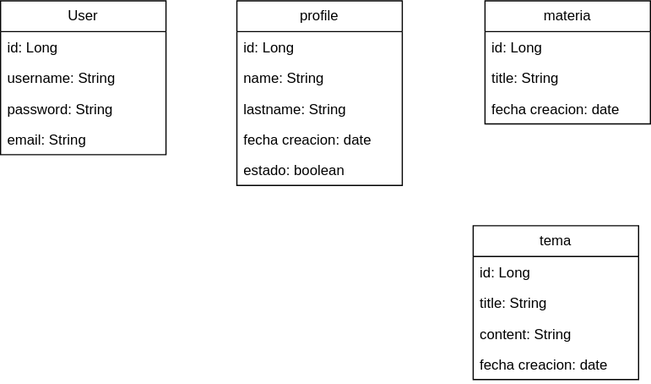
Earlier version of the draw.io export requirements/der-study.svg (emmavargas/StudyApp). Source tidied: cells renumbered, new cells last; positions are measured from the earlier drawing's top-left corner, leaving out a move shared by most shapes. Source of this version:
```xml
<mxGraphModel>
  <root>
    <mxCell id="0" />
    <mxCell id="1" parent="0" />
    <mxCell id="2" value="User" style="swimlane;fontStyle=0;horizontal=1;startSize=26;fillColor=none;whiteSpace=wrap;html=1;" parent="1" vertex="1">
      <mxGeometry width="140" height="130" as="geometry" />
    </mxCell>
    <mxCell id="3" value="id: Long&lt;span style=&quot;white-space: pre;&quot;&gt;&#9;&lt;/span&gt;" style="text;strokeColor=none;fillColor=none;align=left;verticalAlign=top;spacingLeft=4;spacingRight=4;overflow=hidden;whiteSpace=wrap;html=1;" parent="2" vertex="1">
      <mxGeometry y="26" width="140" height="26" as="geometry" />
    </mxCell>
    <mxCell id="4" value="username: String" style="text;strokeColor=none;fillColor=none;align=left;verticalAlign=top;spacingLeft=4;spacingRight=4;overflow=hidden;points=[[0,0.5],[1,0.5]];portConstraint=eastwest;whiteSpace=wrap;html=1;" parent="2" vertex="1">
      <mxGeometry y="52" width="140" height="26" as="geometry" />
    </mxCell>
    <mxCell id="5" value="password: String&lt;div&gt;&lt;br&gt;&lt;/div&gt;" style="text;strokeColor=none;fillColor=none;align=left;verticalAlign=top;spacingLeft=4;spacingRight=4;overflow=hidden;whiteSpace=wrap;html=1;" parent="2" vertex="1">
      <mxGeometry y="78" width="140" height="26" as="geometry" />
    </mxCell>
    <mxCell id="6" value="&lt;div&gt;email: String&lt;/div&gt;" style="text;strokeColor=none;fillColor=none;align=left;verticalAlign=top;spacingLeft=4;spacingRight=4;overflow=hidden;whiteSpace=wrap;html=1;" parent="2" vertex="1">
      <mxGeometry y="104" width="140" height="26" as="geometry" />
    </mxCell>
    <mxCell id="7" value="profile" style="swimlane;fontStyle=0;horizontal=1;startSize=26;fillColor=none;whiteSpace=wrap;html=1;" parent="1" vertex="1">
      <mxGeometry x="200" width="140" height="156" as="geometry" />
    </mxCell>
    <mxCell id="8" value="id: Long&lt;span style=&quot;white-space: pre;&quot;&gt;&#9;&lt;/span&gt;" style="text;strokeColor=none;fillColor=none;align=left;verticalAlign=top;spacingLeft=4;spacingRight=4;overflow=hidden;whiteSpace=wrap;html=1;" parent="7" vertex="1">
      <mxGeometry y="26" width="140" height="26" as="geometry" />
    </mxCell>
    <mxCell id="9" value="name: String&lt;div&gt;&lt;br&gt;&lt;/div&gt;" style="text;strokeColor=none;fillColor=none;align=left;verticalAlign=top;spacingLeft=4;spacingRight=4;overflow=hidden;points=[[0,0.5],[1,0.5]];portConstraint=eastwest;whiteSpace=wrap;html=1;" parent="7" vertex="1">
      <mxGeometry y="52" width="140" height="26" as="geometry" />
    </mxCell>
    <mxCell id="10" value="lastname: String&lt;div&gt;&lt;br&gt;&lt;/div&gt;" style="text;strokeColor=none;fillColor=none;align=left;verticalAlign=top;spacingLeft=4;spacingRight=4;overflow=hidden;points=[[0,0.5],[1,0.5]];portConstraint=eastwest;whiteSpace=wrap;html=1;" parent="7" vertex="1">
      <mxGeometry y="78" width="140" height="26" as="geometry" />
    </mxCell>
    <mxCell id="11" value="fecha creacion: date&lt;div&gt;&lt;br&gt;&lt;/div&gt;" style="text;strokeColor=none;fillColor=none;align=left;verticalAlign=top;spacingLeft=4;spacingRight=4;overflow=hidden;whiteSpace=wrap;html=1;" parent="7" vertex="1">
      <mxGeometry y="104" width="140" height="26" as="geometry" />
    </mxCell>
    <mxCell id="12" value="&lt;div&gt;estado: boolean&lt;/div&gt;" style="text;strokeColor=none;fillColor=none;align=left;verticalAlign=top;spacingLeft=4;spacingRight=4;overflow=hidden;whiteSpace=wrap;html=1;" parent="7" vertex="1">
      <mxGeometry y="130" width="140" height="26" as="geometry" />
    </mxCell>
    <mxCell id="13" value="materia" style="swimlane;fontStyle=0;horizontal=1;startSize=26;fillColor=none;whiteSpace=wrap;html=1;" parent="1" vertex="1">
      <mxGeometry x="410" width="140" height="104" as="geometry" />
    </mxCell>
    <mxCell id="14" value="id: Long&lt;span style=&quot;white-space: pre;&quot;&gt;&#9;&lt;/span&gt;" style="text;strokeColor=none;fillColor=none;align=left;verticalAlign=top;spacingLeft=4;spacingRight=4;overflow=hidden;whiteSpace=wrap;html=1;" parent="13" vertex="1">
      <mxGeometry y="26" width="140" height="26" as="geometry" />
    </mxCell>
    <mxCell id="15" value="title: String&lt;div&gt;&lt;br&gt;&lt;/div&gt;" style="text;strokeColor=none;fillColor=none;align=left;verticalAlign=top;spacingLeft=4;spacingRight=4;overflow=hidden;whiteSpace=wrap;html=1;" parent="13" vertex="1">
      <mxGeometry y="52" width="140" height="26" as="geometry" />
    </mxCell>
    <mxCell id="16" value="fecha creacion: date&lt;div&gt;&lt;br&gt;&lt;/div&gt;" style="text;strokeColor=none;fillColor=none;align=left;verticalAlign=top;spacingLeft=4;spacingRight=4;overflow=hidden;whiteSpace=wrap;html=1;" parent="13" vertex="1">
      <mxGeometry y="78" width="140" height="26" as="geometry" />
    </mxCell>
    <mxCell id="17" value="tema" style="swimlane;fontStyle=0;horizontal=1;startSize=26;fillColor=none;whiteSpace=wrap;html=1;" parent="1" vertex="1">
      <mxGeometry x="400" y="190" width="140" height="130" as="geometry" />
    </mxCell>
    <mxCell id="18" value="id: Long&lt;span style=&quot;white-space: pre;&quot;&gt;&#9;&lt;/span&gt;" style="text;strokeColor=none;fillColor=none;align=left;verticalAlign=top;spacingLeft=4;spacingRight=4;overflow=hidden;whiteSpace=wrap;html=1;" parent="17" vertex="1">
      <mxGeometry y="26" width="140" height="26" as="geometry" />
    </mxCell>
    <mxCell id="19" value="title: String&lt;div&gt;&lt;br&gt;&lt;/div&gt;" style="text;strokeColor=none;fillColor=none;align=left;verticalAlign=top;spacingLeft=4;spacingRight=4;overflow=hidden;whiteSpace=wrap;html=1;" parent="17" vertex="1">
      <mxGeometry y="52" width="140" height="26" as="geometry" />
    </mxCell>
    <mxCell id="20" value="content: String&lt;div&gt;&lt;br&gt;&lt;/div&gt;" style="text;strokeColor=none;fillColor=none;align=left;verticalAlign=top;spacingLeft=4;spacingRight=4;overflow=hidden;whiteSpace=wrap;html=1;" parent="17" vertex="1">
      <mxGeometry y="78" width="140" height="26" as="geometry" />
    </mxCell>
    <mxCell id="21" value="fecha creacion: date&lt;div&gt;&lt;br&gt;&lt;/div&gt;" style="text;strokeColor=none;fillColor=none;align=left;verticalAlign=top;spacingLeft=4;spacingRight=4;overflow=hidden;whiteSpace=wrap;html=1;" parent="17" vertex="1">
      <mxGeometry y="104" width="140" height="26" as="geometry" />
    </mxCell>
  </root>
</mxGraphModel>
```
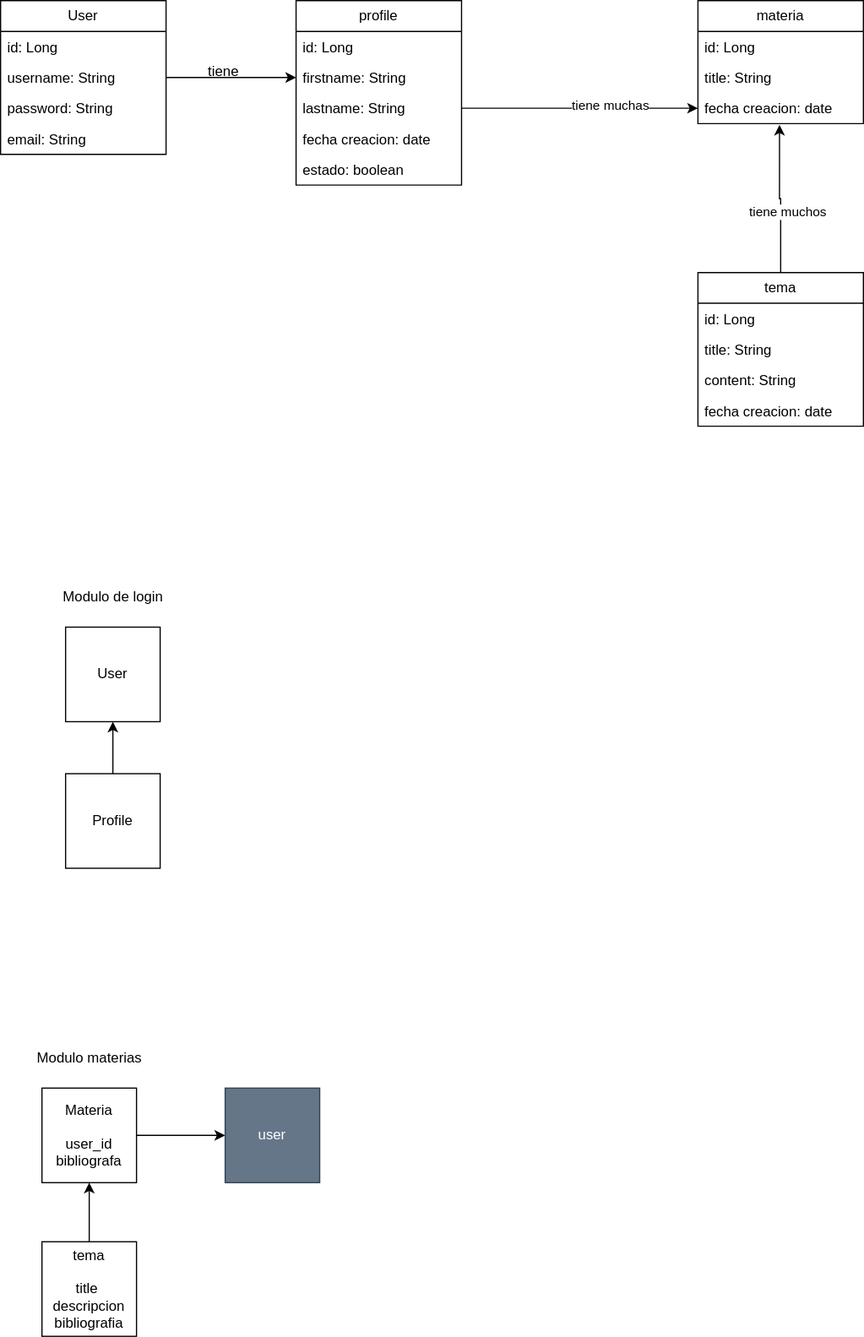
The same diagram one commit later.

Diff of the diagram source:
```diff
@@ -3,7 +3,7 @@
     <mxCell id="0" />
     <mxCell id="1" parent="0" />
     <mxCell id="2" value="User" style="swimlane;fontStyle=0;horizontal=1;startSize=26;fillColor=none;whiteSpace=wrap;html=1;" parent="1" vertex="1">
-      <mxGeometry width="140" height="130" as="geometry" />
+      <mxGeometry x="-50" width="140" height="130" as="geometry" />
     </mxCell>
     <mxCell id="3" value="id: Long&lt;span style=&quot;white-space: pre;&quot;&gt;&#9;&lt;/span&gt;" style="text;strokeColor=none;fillColor=none;align=left;verticalAlign=top;spacingLeft=4;spacingRight=4;overflow=hidden;whiteSpace=wrap;html=1;" parent="2" vertex="1">
       <mxGeometry y="26" width="140" height="26" as="geometry" />
@@ -23,7 +23,7 @@
     <mxCell id="8" value="id: Long&lt;span style=&quot;white-space: pre;&quot;&gt;&#9;&lt;/span&gt;" style="text;strokeColor=none;fillColor=none;align=left;verticalAlign=top;spacingLeft=4;spacingRight=4;overflow=hidden;whiteSpace=wrap;html=1;" parent="7" vertex="1">
       <mxGeometry y="26" width="140" height="26" as="geometry" />
     </mxCell>
-    <mxCell id="9" value="name: String&lt;div&gt;&lt;br&gt;&lt;/div&gt;" style="text;strokeColor=none;fillColor=none;align=left;verticalAlign=top;spacingLeft=4;spacingRight=4;overflow=hidden;points=[[0,0.5],[1,0.5]];portConstraint=eastwest;whiteSpace=wrap;html=1;" parent="7" vertex="1">
+    <mxCell id="9" value="firstname: String&lt;div&gt;&lt;br&gt;&lt;/div&gt;" style="text;strokeColor=none;fillColor=none;align=left;verticalAlign=top;spacingLeft=4;spacingRight=4;overflow=hidden;points=[[0,0.5],[1,0.5]];portConstraint=eastwest;whiteSpace=wrap;html=1;" parent="7" vertex="1">
       <mxGeometry y="52" width="140" height="26" as="geometry" />
     </mxCell>
     <mxCell id="10" value="lastname: String&lt;div&gt;&lt;br&gt;&lt;/div&gt;" style="text;strokeColor=none;fillColor=none;align=left;verticalAlign=top;spacingLeft=4;spacingRight=4;overflow=hidden;points=[[0,0.5],[1,0.5]];portConstraint=eastwest;whiteSpace=wrap;html=1;" parent="7" vertex="1">
@@ -35,20 +35,16 @@
     <mxCell id="12" value="&lt;div&gt;estado: boolean&lt;/div&gt;" style="text;strokeColor=none;fillColor=none;align=left;verticalAlign=top;spacingLeft=4;spacingRight=4;overflow=hidden;whiteSpace=wrap;html=1;" parent="7" vertex="1">
       <mxGeometry y="130" width="140" height="26" as="geometry" />
     </mxCell>
-    <mxCell id="13" value="materia" style="swimlane;fontStyle=0;horizontal=1;startSize=26;fillColor=none;whiteSpace=wrap;html=1;" parent="1" vertex="1">
-      <mxGeometry x="410" width="140" height="104" as="geometry" />
-    </mxCell>
-    <mxCell id="14" value="id: Long&lt;span style=&quot;white-space: pre;&quot;&gt;&#9;&lt;/span&gt;" style="text;strokeColor=none;fillColor=none;align=left;verticalAlign=top;spacingLeft=4;spacingRight=4;overflow=hidden;whiteSpace=wrap;html=1;" parent="13" vertex="1">
-      <mxGeometry y="26" width="140" height="26" as="geometry" />
-    </mxCell>
-    <mxCell id="15" value="title: String&lt;div&gt;&lt;br&gt;&lt;/div&gt;" style="text;strokeColor=none;fillColor=none;align=left;verticalAlign=top;spacingLeft=4;spacingRight=4;overflow=hidden;whiteSpace=wrap;html=1;" parent="13" vertex="1">
-      <mxGeometry y="52" width="140" height="26" as="geometry" />
-    </mxCell>
-    <mxCell id="16" value="fecha creacion: date&lt;div&gt;&lt;br&gt;&lt;/div&gt;" style="text;strokeColor=none;fillColor=none;align=left;verticalAlign=top;spacingLeft=4;spacingRight=4;overflow=hidden;whiteSpace=wrap;html=1;" parent="13" vertex="1">
-      <mxGeometry y="78" width="140" height="26" as="geometry" />
-    </mxCell>
+    <mxCell id="22" style="edgeStyle=orthogonalEdgeStyle;rounded=0;jettySize=auto;html=1;entryX=0.493;entryY=1.038;entryDx=0;entryDy=0;entryPerimeter=0;" parent="1" edge="1" source="17">
+      <mxGeometry relative="1" as="geometry">
+        <mxPoint x="609" y="105" as="targetPoint" />
+      </mxGeometry>
+    </mxCell>
+    <mxCell id="23" value="tiene muchos" style="edgeLabel;html=1;align=center;verticalAlign=middle;" parent="22" vertex="1">
+      <mxGeometry x="-0.18" y="-5" relative="1" as="geometry" />
+    </mxCell>
     <mxCell id="17" value="tema" style="swimlane;fontStyle=0;horizontal=1;startSize=26;fillColor=none;whiteSpace=wrap;html=1;" parent="1" vertex="1">
-      <mxGeometry x="400" y="190" width="140" height="130" as="geometry" />
+      <mxGeometry x="540" y="230" width="140" height="130" as="geometry" />
     </mxCell>
     <mxCell id="18" value="id: Long&lt;span style=&quot;white-space: pre;&quot;&gt;&#9;&lt;/span&gt;" style="text;strokeColor=none;fillColor=none;align=left;verticalAlign=top;spacingLeft=4;spacingRight=4;overflow=hidden;whiteSpace=wrap;html=1;" parent="17" vertex="1">
       <mxGeometry y="26" width="140" height="26" as="geometry" />
@@ -62,5 +58,65 @@
     <mxCell id="21" value="fecha creacion: date&lt;div&gt;&lt;br&gt;&lt;/div&gt;" style="text;strokeColor=none;fillColor=none;align=left;verticalAlign=top;spacingLeft=4;spacingRight=4;overflow=hidden;whiteSpace=wrap;html=1;" parent="17" vertex="1">
       <mxGeometry y="104" width="140" height="26" as="geometry" />
     </mxCell>
+    <mxCell id="24" style="edgeStyle=orthogonalEdgeStyle;rounded=0;jettySize=auto;html=1;entryX=0;entryY=0.5;entryDx=0;entryDy=0;" parent="1" edge="1" source="4" target="9">
+      <mxGeometry relative="1" as="geometry" />
+    </mxCell>
+    <mxCell id="25" value="tiene&amp;nbsp;" style="text;html=1;align=center;verticalAlign=middle;strokeColor=none;fillColor=none;" parent="1" vertex="1">
+      <mxGeometry x="115" y="45" width="50" height="30" as="geometry" />
+    </mxCell>
+    <mxCell id="26" style="edgeStyle=orthogonalEdgeStyle;rounded=0;jettySize=auto;html=1;" parent="1" edge="1" source="10">
+      <mxGeometry relative="1" as="geometry">
+        <mxPoint x="540" y="91" as="targetPoint" />
+        <Array as="points">
+          <mxPoint x="440" y="91" />
+          <mxPoint x="440" y="91" />
+        </Array>
+      </mxGeometry>
+    </mxCell>
+    <mxCell id="27" value="tiene muchas" style="edgeLabel;html=1;align=center;verticalAlign=middle;" parent="26" vertex="1">
+      <mxGeometry x="0.25" y="3" relative="1" as="geometry" />
+    </mxCell>
+    <mxCell id="13" value="materia" style="swimlane;fontStyle=0;horizontal=1;startSize=26;fillColor=none;whiteSpace=wrap;html=1;" parent="1" vertex="1">
+      <mxGeometry x="540" width="140" height="104" as="geometry" />
+    </mxCell>
+    <mxCell id="14" value="id: Long&lt;span style=&quot;white-space: pre;&quot;&gt;&#9;&lt;/span&gt;" style="text;strokeColor=none;fillColor=none;align=left;verticalAlign=top;spacingLeft=4;spacingRight=4;overflow=hidden;whiteSpace=wrap;html=1;" parent="13" vertex="1">
+      <mxGeometry y="26" width="140" height="26" as="geometry" />
+    </mxCell>
+    <mxCell id="15" value="title: String&lt;div&gt;&lt;br&gt;&lt;/div&gt;" style="text;strokeColor=none;fillColor=none;align=left;verticalAlign=top;spacingLeft=4;spacingRight=4;overflow=hidden;whiteSpace=wrap;html=1;" parent="13" vertex="1">
+      <mxGeometry y="52" width="140" height="26" as="geometry" />
+    </mxCell>
+    <mxCell id="16" value="fecha creacion: date&lt;div&gt;&lt;br&gt;&lt;/div&gt;" style="text;strokeColor=none;fillColor=none;align=left;verticalAlign=top;spacingLeft=4;spacingRight=4;overflow=hidden;whiteSpace=wrap;html=1;" parent="13" vertex="1">
+      <mxGeometry y="78" width="140" height="26" as="geometry" />
+    </mxCell>
+    <mxCell id="28" style="edgeStyle=orthogonalEdgeStyle;rounded=0;jettySize=auto;html=1;" parent="1" edge="1" source="29" target="30">
+      <mxGeometry relative="1" as="geometry" />
+    </mxCell>
+    <mxCell id="29" value="Materia&lt;br&gt;&lt;br&gt;user_id&lt;br&gt;bibliografa" style="whiteSpace=wrap;html=1;" parent="1" vertex="1">
+      <mxGeometry x="-15" y="920" width="80" height="80" as="geometry" />
+    </mxCell>
+    <mxCell id="30" value="user" style="whiteSpace=wrap;html=1;fillColor=#647687;fontColor=#ffffff;strokeColor=#314354;" parent="1" vertex="1">
+      <mxGeometry x="140" y="920" width="80" height="80" as="geometry" />
+    </mxCell>
+    <mxCell id="31" value="Modulo materias" style="text;html=1;align=center;verticalAlign=middle;strokeColor=none;fillColor=none;" parent="1" vertex="1">
+      <mxGeometry x="-30" y="880" width="110" height="30" as="geometry" />
+    </mxCell>
+    <mxCell id="32" style="edgeStyle=orthogonalEdgeStyle;rounded=0;jettySize=auto;html=1;entryX=0.5;entryY=1;entryDx=0;entryDy=0;" parent="1" edge="1" source="33" target="29">
+      <mxGeometry relative="1" as="geometry" />
+    </mxCell>
+    <mxCell id="33" value="tema&lt;br&gt;&lt;br&gt;title&amp;nbsp;&lt;br&gt;descripcion&lt;br&gt;bibliografia" style="whiteSpace=wrap;html=1;" parent="1" vertex="1">
+      <mxGeometry x="-15" y="1050" width="80" height="80" as="geometry" />
+    </mxCell>
+    <mxCell id="34" value="User" style="whiteSpace=wrap;html=1;" parent="1" vertex="1">
+      <mxGeometry x="5" y="530" width="80" height="80" as="geometry" />
+    </mxCell>
+    <mxCell id="35" style="edgeStyle=orthogonalEdgeStyle;rounded=0;jettySize=auto;html=1;entryX=0.5;entryY=1;entryDx=0;entryDy=0;" parent="1" edge="1" source="36" target="34">
+      <mxGeometry relative="1" as="geometry" />
+    </mxCell>
+    <mxCell id="36" value="Profile" style="whiteSpace=wrap;html=1;" parent="1" vertex="1">
+      <mxGeometry x="5" y="654" width="80" height="80" as="geometry" />
+    </mxCell>
+    <mxCell id="37" value="Modulo de login" style="text;html=1;align=center;verticalAlign=middle;strokeColor=none;fillColor=none;" parent="1" vertex="1">
+      <mxGeometry x="-10" y="490" width="110" height="30" as="geometry" />
+    </mxCell>
   </root>
 </mxGraphModel>
```
